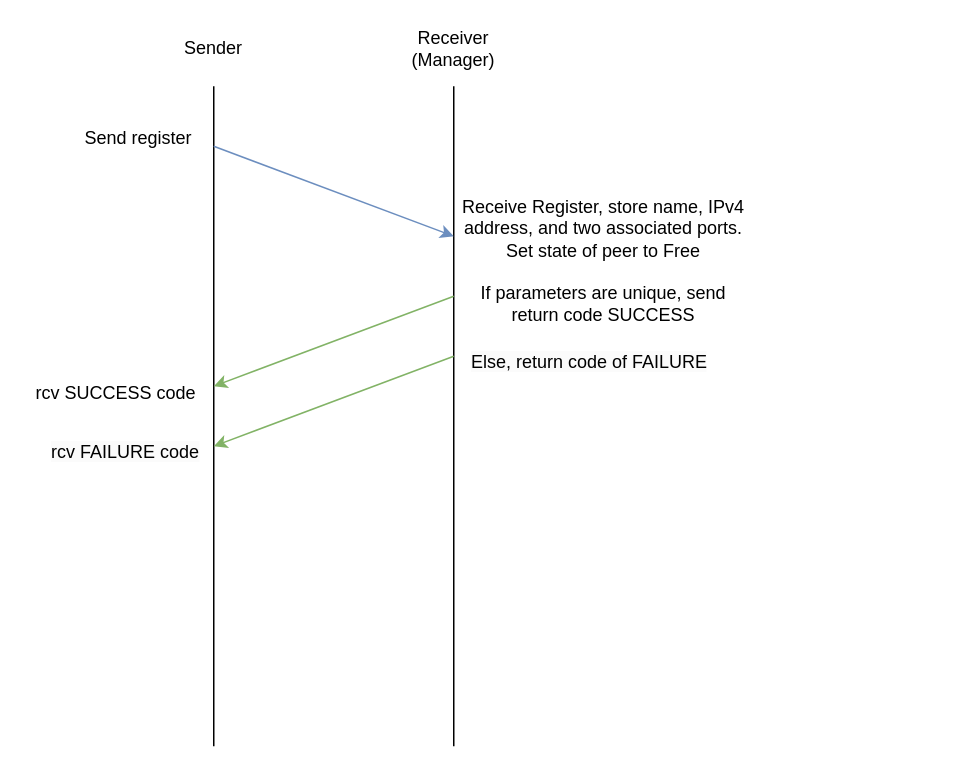
TalonRoberts/cse360_helloworld keeps this draw.io diagram as TS1.drawio. Above is the earlier version. Source tidied: cells renumbered, new cells numbered last; positions are measured from the earlier drawing's top-left corner, leaving out a move shared by most shapes. Both pictures are drawn from the tidied source at 150%, with x=0, y=0 at pixel (33, 26).
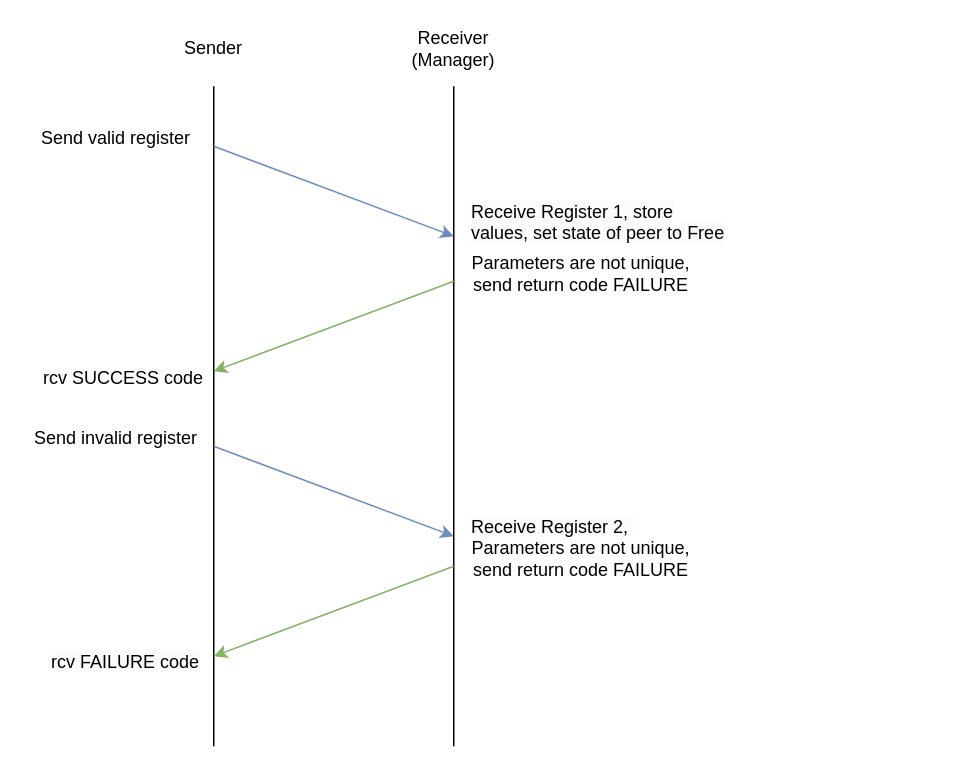
The same diagram, later.

Diff of the diagram source:
```diff
@@
-    <mxCell id="7" value="Send register" style="text;strokeColor=none;align=center;fillColor=none;html=1;verticalAlign=middle;whiteSpace=wrap;rounded=0;" parent="1" vertex="1">
-      <mxGeometry x="30" y="60" width="80" height="30" as="geometry" />
+    <mxCell id="7" value="Send valid register" style="text;strokeColor=none;align=center;fillColor=none;html=1;verticalAlign=middle;whiteSpace=wrap;rounded=0;" parent="1" vertex="1">
+      <mxGeometry y="60" width="110" height="30" as="geometry" />
     </mxCell>
-    <mxCell id="8" value="Receive Register, store name, IPv4 address, and two associated ports.&lt;div&gt;Set state of peer to Free&lt;/div&gt;" style="text;strokeColor=none;align=center;fillColor=none;html=1;verticalAlign=middle;whiteSpace=wrap;rounded=0;" parent="1" vertex="1">
-      <mxGeometry x="280" y="120" width="200" height="30" as="geometry" />
-    </mxCell>
-    <mxCell id="9" value="If parameters are unique, send return code SUCCESS" style="text;strokeColor=none;align=center;fillColor=none;html=1;verticalAlign=middle;whiteSpace=wrap;rounded=0;" parent="1" vertex="1">
-      <mxGeometry x="290" y="170" width="180" height="30" as="geometry" />
-    </mxCell>
-    <mxCell id="10" value="&lt;span style=&quot;color: rgb(0, 0, 0); font-family: Helvetica; font-size: 12px; font-style: normal; font-variant-ligatures: normal; font-variant-caps: normal; font-weight: 400; letter-spacing: normal; orphans: 2; text-align: center; text-indent: 0px; text-transform: none; widows: 2; word-spacing: 0px; -webkit-text-stroke-width: 0px; white-space: normal; background-color: rgb(251, 251, 251); text-decoration-thickness: initial; text-decoration-style: initial; text-decoration-color: initial; float: none; display: inline !important;&quot;&gt;Else, return code of FAILURE&lt;/span&gt;" style="text;whiteSpace=wrap;html=1;" parent="1" vertex="1">
-      <mxGeometry x="290" y="210" width="320" height="40" as="geometry" />
-    </mxCell>
     <mxCell id="11" style="endArrow=classic;html=1;rounded=0;fillColor=#d5e8d4;strokeColor=#82b366;" parent="1" edge="1">
       <mxGeometry relative="1" as="geometry">
-        <mxPoint x="280" y="180" as="sourcePoint" />
-        <mxPoint x="120" y="240" as="targetPoint" />
+        <mxPoint x="280" y="170" as="sourcePoint" />
+        <mxPoint x="120" y="230" as="targetPoint" />
       </mxGeometry>
     </mxCell>
     <mxCell id="12" style="endArrow=classic;html=1;rounded=0;fillColor=#d5e8d4;strokeColor=#82b366;" parent="1" edge="1">
       <mxGeometry relative="1" as="geometry">
-        <mxPoint x="280" y="220" as="sourcePoint" />
-        <mxPoint x="120" y="280" as="targetPoint" />
+        <mxPoint x="280" y="360" as="sourcePoint" />
+        <mxPoint x="120" y="420" as="targetPoint" />
       </mxGeometry>
     </mxCell>
     <mxCell id="13" value="rcv SUCCESS code" style="text;strokeColor=none;align=center;fillColor=none;html=1;verticalAlign=middle;whiteSpace=wrap;rounded=0;" parent="1" vertex="1">
-      <mxGeometry y="230" width="110" height="30" as="geometry" />
+      <mxGeometry x="5" y="220" width="110" height="30" as="geometry" />
     </mxCell>
     <mxCell id="14" value="&lt;span style=&quot;color: rgb(0, 0, 0); font-family: Helvetica; font-size: 12px; font-style: normal; font-variant-ligatures: normal; font-variant-caps: normal; font-weight: 400; letter-spacing: normal; orphans: 2; text-align: center; text-indent: 0px; text-transform: none; widows: 2; word-spacing: 0px; -webkit-text-stroke-width: 0px; white-space: normal; background-color: rgb(251, 251, 251); text-decoration-thickness: initial; text-decoration-style: initial; text-decoration-color: initial; float: none; display: inline !important;&quot;&gt;rcv FAILURE code&lt;/span&gt;" style="text;whiteSpace=wrap;html=1;" parent="1" vertex="1">
-      <mxGeometry x="10" y="270" width="110" height="40" as="geometry" />
+      <mxGeometry x="10" y="410" width="110" height="40" as="geometry" />
     </mxCell>
+    <mxCell id="15" value="Send invalid register" style="text;strokeColor=none;align=center;fillColor=none;html=1;verticalAlign=middle;whiteSpace=wrap;rounded=0;" parent="1" vertex="1">
+      <mxGeometry x="-5" y="260" width="120" height="30" as="geometry" />
+    </mxCell>
+    <mxCell id="16" value="&lt;span style=&quot;color: rgb(0, 0, 0); font-family: Helvetica; font-size: 12px; font-style: normal; font-variant-ligatures: normal; font-variant-caps: normal; font-weight: 400; letter-spacing: normal; orphans: 2; text-align: center; text-indent: 0px; text-transform: none; widows: 2; word-spacing: 0px; -webkit-text-stroke-width: 0px; white-space: normal; background-color: rgb(251, 251, 251); text-decoration-thickness: initial; text-decoration-style: initial; text-decoration-color: initial; float: none; display: inline !important;&quot;&gt;Receive Register 2,&amp;nbsp;&lt;/span&gt;" style="text;whiteSpace=wrap;html=1;" parent="1" vertex="1">
+      <mxGeometry x="290" y="320" width="210" height="50" as="geometry" />
+    </mxCell>
+    <mxCell id="17" value="Parameters are not unique, send return code FAILURE" style="text;strokeColor=none;align=center;fillColor=none;html=1;verticalAlign=middle;whiteSpace=wrap;rounded=0;" parent="1" vertex="1">
+      <mxGeometry x="290" y="340" width="150" height="30" as="geometry" />
+    </mxCell>
+    <mxCell id="18" style="endArrow=classic;html=1;rounded=0;fillColor=#dae8fc;strokeColor=#6c8ebf;" parent="1" edge="1">
+      <mxGeometry relative="1" as="geometry">
+        <mxPoint x="120" y="280" as="sourcePoint" />
+        <mxPoint x="280" y="340" as="targetPoint" />
+      </mxGeometry>
+    </mxCell>
+    <mxCell id="19" value="&lt;span style=&quot;color: rgb(0, 0, 0); font-family: Helvetica; font-size: 12px; font-style: normal; font-variant-ligatures: normal; font-variant-caps: normal; font-weight: 400; letter-spacing: normal; orphans: 2; text-align: center; text-indent: 0px; text-transform: none; widows: 2; word-spacing: 0px; -webkit-text-stroke-width: 0px; white-space: normal; background-color: rgb(251, 251, 251); text-decoration-thickness: initial; text-decoration-style: initial; text-decoration-color: initial; float: none; display: inline !important;&quot;&gt;Receive Register 1, store values,&amp;nbsp;&lt;/span&gt;&lt;span style=&quot;background-color: light-dark(rgb(251, 251, 251), rgb(21, 21, 21)); color: light-dark(rgb(0, 0, 0), rgb(237, 237, 237)); text-align: center;&quot;&gt;set state of peer to Free&lt;/span&gt;" style="text;whiteSpace=wrap;html=1;" parent="1" vertex="1">
+      <mxGeometry x="290" y="110" width="180" height="50" as="geometry" />
+    </mxCell>
+    <mxCell id="20" value="Parameters are not unique, send return code FAILURE" style="text;strokeColor=none;align=center;fillColor=none;html=1;verticalAlign=middle;whiteSpace=wrap;rounded=0;" parent="1" vertex="1">
+      <mxGeometry x="290" y="150" width="150" height="30" as="geometry" />
+    </mxCell>
```
